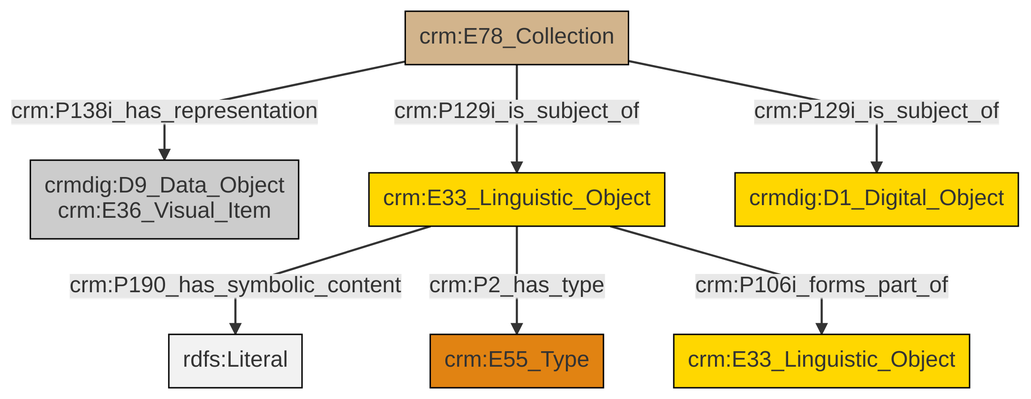
Earlier version of the Mermaid export et/archivalCSV/ttl/mmd/png/archival_docs.png (swiss-art-research-net/docs.swissartresearch). Its source is kept beside it as et/archivalCSV/ttl/mmd/archival_docs.ttl.mmd.
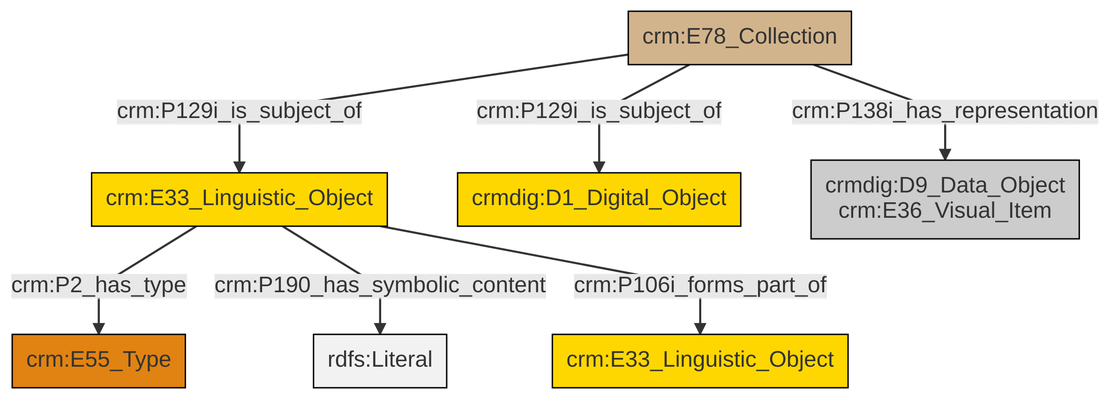
Later version of the same file.

Change to the diagram source:
```diff
@@ -13,9 +13,9 @@
 classDef PC_Classes fill:#4ce600, stroke:#000000;
 classDef Multi fill:#cccccc,stroke:#000000;
 
-2["crm:E33_Linguistic_Object"]:::Conceptual_Object -->|crm:P190_has_symbolic_content| 3[rdfs:Literal]:::Literal
-2["crm:E33_Linguistic_Object"]:::Conceptual_Object -->|crm:P2_has_type| 5["crm:E55_Type"]:::Type
-11["crm:E78_Collection"]:::Physical_Thing -->|crm:P129i_is_subject_of| 2["crm:E33_Linguistic_Object"]:::Conceptual_Object
-11["crm:E78_Collection"]:::Physical_Thing -->|crm:P129i_is_subject_of| 8["crmdig:D1_Digital_Object"]:::Conceptual_Object
-2["crm:E33_Linguistic_Object"]:::Conceptual_Object -->|crm:P106i_forms_part_of| 6["crm:E33_Linguistic_Object"]:::Conceptual_Object
-11["crm:E78_Collection"]:::Physical_Thing -->|crm:P138i_has_representation| 0["crmdig:D9_Data_Object<br>crm:E36_Visual_Item"]:::Multi
+0["crm:E78_Collection"]:::Physical_Thing -->|crm:P129i_is_subject_of| 1["crm:E33_Linguistic_Object"]:::Conceptual_Object
+1["crm:E33_Linguistic_Object"]:::Conceptual_Object -->|crm:P2_has_type| 3["crm:E55_Type"]:::Type
+1["crm:E33_Linguistic_Object"]:::Conceptual_Object -->|crm:P190_has_symbolic_content| 14[rdfs:Literal]:::Literal
+0["crm:E78_Collection"]:::Physical_Thing -->|crm:P129i_is_subject_of| 5["crmdig:D1_Digital_Object"]:::Conceptual_Object
+1["crm:E33_Linguistic_Object"]:::Conceptual_Object -->|crm:P106i_forms_part_of| 10["crm:E33_Linguistic_Object"]:::Conceptual_Object
+0["crm:E78_Collection"]:::Physical_Thing -->|crm:P138i_has_representation| 7["crmdig:D9_Data_Object<br>crm:E36_Visual_Item"]:::Multi
```
